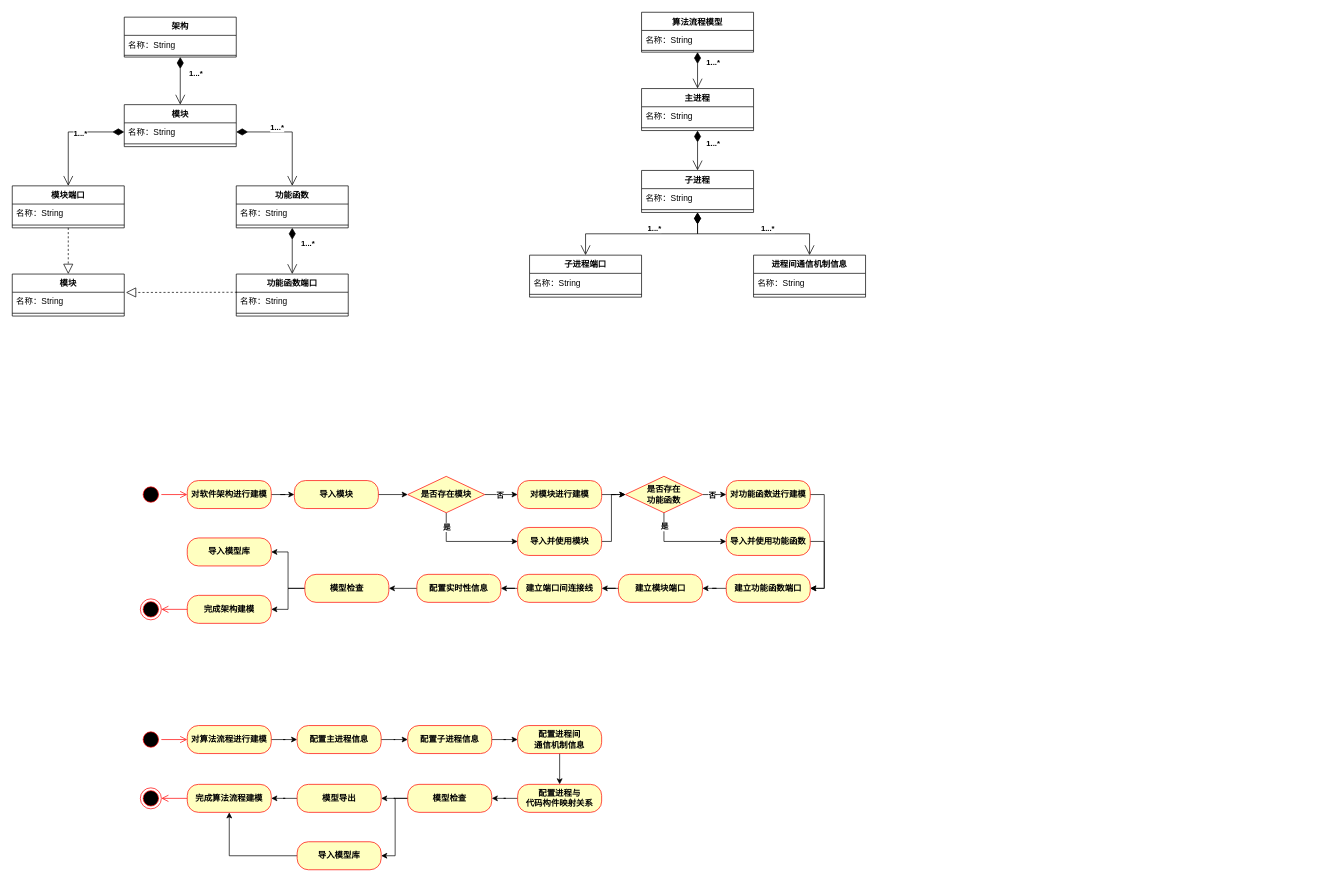
Earlier version of the draw.io diagram page "技术报告" (6 of 6) of Usage Instructions/安全攸关模版.drawio (Ayuan66/ArchTacRV-Software-Architectural-Tactics-Detector-and-Verifier). Source tidied: cells renumbered, new cells numbered last; positions are measured from the earlier drawing's top-left corner, leaving out a move shared by most shapes. Both pictures are drawn from the tidied source at 70%, with x=0, y=0 at pixel (12, 12).
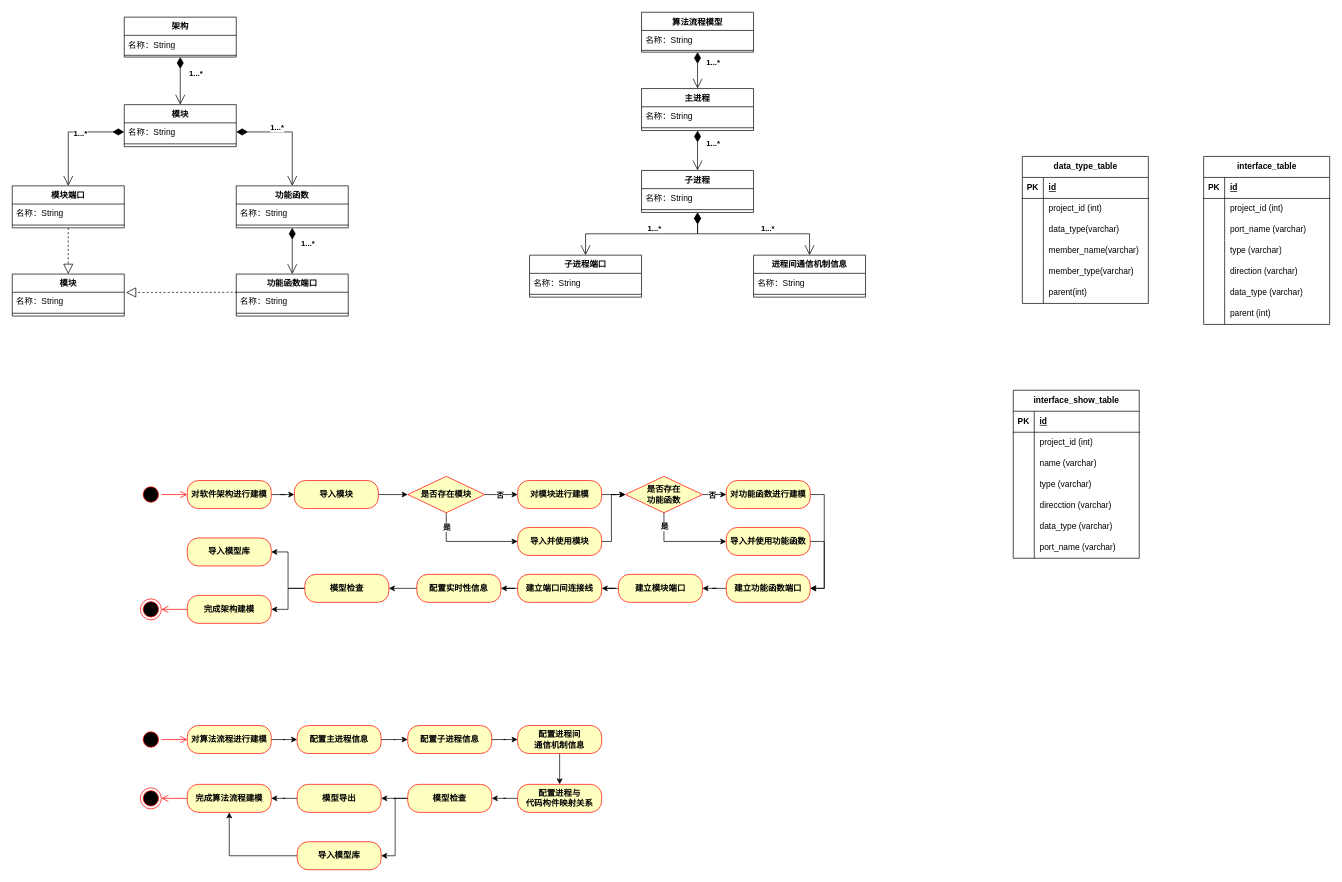
The same page after the edit.

Commit message:
更新安全攸关模版.drawio

The edit, as a diff of the source:
```diff
@@
+    <mxCell id="106" value="data_type_table" style="shape=table;startSize=30;childLayout=tableLayout;rowLines=0;fontStyle=1;align=center;html=1;" parent="1" vertex="1">
+      <mxGeometry x="1443" y="206" width="180" height="210" as="geometry" />
+    </mxCell>
+    <mxCell id="107" style="shape=tableRow;horizontal=0;startSize=0;swimlaneHead=0;swimlaneBody=0;fillColor=none;top=0;left=0;right=0;bottom=1;" parent="106" vertex="1">
+      <mxGeometry y="30" width="180" height="30" as="geometry" />
+    </mxCell>
+    <mxCell id="108" value="PK" style="shape=partialRectangle;fillColor=none;top=0;left=0;bottom=0;right=0;fontStyle=1;overflow=hidden;whiteSpace=wrap;html=1;" parent="107" vertex="1">
+      <mxGeometry width="30" height="30" as="geometry" />
+    </mxCell>
+    <mxCell id="109" value="id" style="shape=partialRectangle;fillColor=none;top=0;left=0;bottom=0;right=0;align=left;spacingLeft=6;fontStyle=5;overflow=hidden;whiteSpace=wrap;html=1;" parent="107" vertex="1">
+      <mxGeometry x="30" width="150" height="30" as="geometry" />
+    </mxCell>
+    <mxCell id="110" style="shape=tableRow;horizontal=0;startSize=0;swimlaneHead=0;swimlaneBody=0;fillColor=none;top=0;left=0;right=0;bottom=0;" parent="106" vertex="1">
+      <mxGeometry y="60" width="180" height="30" as="geometry" />
+    </mxCell>
+    <mxCell id="111" style="shape=partialRectangle;fillColor=none;top=0;left=0;bottom=0;right=0;overflow=hidden;whiteSpace=wrap;html=1;" parent="110" vertex="1">
+      <mxGeometry width="30" height="30" as="geometry" />
+    </mxCell>
+    <mxCell id="112" value="project_id (int)" style="shape=partialRectangle;fillColor=none;top=0;left=0;bottom=0;right=0;align=left;spacingLeft=6;overflow=hidden;whiteSpace=wrap;html=1;" parent="110" vertex="1">
+      <mxGeometry x="30" width="150" height="30" as="geometry" />
+    </mxCell>
+    <mxCell id="113" style="shape=tableRow;horizontal=0;startSize=0;swimlaneHead=0;swimlaneBody=0;fillColor=none;top=0;left=0;right=0;bottom=0;" parent="106" vertex="1">
+      <mxGeometry y="90" width="180" height="30" as="geometry" />
+    </mxCell>
+    <mxCell id="114" style="shape=partialRectangle;fillColor=none;top=0;left=0;bottom=0;right=0;overflow=hidden;whiteSpace=wrap;html=1;" parent="113" vertex="1">
+      <mxGeometry width="30" height="30" as="geometry" />
+    </mxCell>
+    <mxCell id="115" value="data_type(varchar)" style="shape=partialRectangle;fillColor=none;top=0;left=0;bottom=0;right=0;align=left;spacingLeft=6;overflow=hidden;whiteSpace=wrap;html=1;" parent="113" vertex="1">
+      <mxGeometry x="30" width="150" height="30" as="geometry" />
+    </mxCell>
+    <mxCell id="116" style="shape=tableRow;horizontal=0;startSize=0;swimlaneHead=0;swimlaneBody=0;fillColor=none;top=0;left=0;right=0;bottom=0;" parent="106" vertex="1">
+      <mxGeometry y="120" width="180" height="30" as="geometry" />
+    </mxCell>
+    <mxCell id="117" style="shape=partialRectangle;fillColor=none;top=0;left=0;bottom=0;right=0;overflow=hidden;whiteSpace=wrap;html=1;" parent="116" vertex="1">
+      <mxGeometry width="30" height="30" as="geometry" />
+    </mxCell>
+    <mxCell id="118" value="member_name(varchar)" style="shape=partialRectangle;fillColor=none;top=0;left=0;bottom=0;right=0;align=left;spacingLeft=6;overflow=hidden;whiteSpace=wrap;html=1;" parent="116" vertex="1">
+      <mxGeometry x="30" width="150" height="30" as="geometry" />
+    </mxCell>
+    <mxCell id="119" style="shape=tableRow;horizontal=0;startSize=0;swimlaneHead=0;swimlaneBody=0;fillColor=none;top=0;left=0;right=0;bottom=0;" parent="106" vertex="1">
+      <mxGeometry y="150" width="180" height="30" as="geometry" />
+    </mxCell>
+    <mxCell id="120" style="shape=partialRectangle;fillColor=none;top=0;left=0;bottom=0;right=0;overflow=hidden;whiteSpace=wrap;html=1;" parent="119" vertex="1">
+      <mxGeometry width="30" height="30" as="geometry" />
+    </mxCell>
+    <mxCell id="121" value="member_type(varchar)" style="shape=partialRectangle;fillColor=none;top=0;left=0;bottom=0;right=0;align=left;spacingLeft=6;overflow=hidden;whiteSpace=wrap;html=1;" parent="119" vertex="1">
+      <mxGeometry x="30" width="150" height="30" as="geometry" />
+    </mxCell>
+    <mxCell id="122" style="shape=tableRow;horizontal=0;startSize=0;swimlaneHead=0;swimlaneBody=0;fillColor=none;top=0;left=0;right=0;bottom=0;" parent="106" vertex="1">
+      <mxGeometry y="180" width="180" height="30" as="geometry" />
+    </mxCell>
+    <mxCell id="123" style="shape=partialRectangle;fillColor=none;top=0;left=0;bottom=0;right=0;overflow=hidden;whiteSpace=wrap;html=1;" parent="122" vertex="1">
+      <mxGeometry width="30" height="30" as="geometry" />
+    </mxCell>
+    <mxCell id="124" value="parent(int)" style="shape=partialRectangle;fillColor=none;top=0;left=0;bottom=0;right=0;align=left;spacingLeft=6;overflow=hidden;whiteSpace=wrap;html=1;" parent="122" vertex="1">
+      <mxGeometry x="30" width="150" height="30" as="geometry" />
+    </mxCell>
+    <mxCell id="125" value="interface_table" style="shape=table;startSize=30;childLayout=tableLayout;rowLines=0;fontStyle=1;align=center;html=1;" parent="1" vertex="1">
+      <mxGeometry x="1702" y="206" width="180" height="240" as="geometry" />
+    </mxCell>
+    <mxCell id="126" style="shape=tableRow;horizontal=0;startSize=0;swimlaneHead=0;swimlaneBody=0;fillColor=none;top=0;left=0;right=0;bottom=1;" parent="125" vertex="1">
+      <mxGeometry y="30" width="180" height="30" as="geometry" />
+    </mxCell>
+    <mxCell id="127" value="PK" style="shape=partialRectangle;fillColor=none;top=0;left=0;bottom=0;right=0;fontStyle=1;overflow=hidden;whiteSpace=wrap;html=1;" parent="126" vertex="1">
+      <mxGeometry width="30" height="30" as="geometry" />
+    </mxCell>
+    <mxCell id="128" value="id" style="shape=partialRectangle;fillColor=none;top=0;left=0;bottom=0;right=0;align=left;spacingLeft=6;fontStyle=5;overflow=hidden;whiteSpace=wrap;html=1;" parent="126" vertex="1">
+      <mxGeometry x="30" width="150" height="30" as="geometry" />
+    </mxCell>
+    <mxCell id="129" style="shape=tableRow;horizontal=0;startSize=0;swimlaneHead=0;swimlaneBody=0;fillColor=none;top=0;left=0;right=0;bottom=0;" parent="125" vertex="1">
+      <mxGeometry y="60" width="180" height="30" as="geometry" />
+    </mxCell>
+    <mxCell id="130" style="shape=partialRectangle;fillColor=none;top=0;left=0;bottom=0;right=0;overflow=hidden;whiteSpace=wrap;html=1;" parent="129" vertex="1">
+      <mxGeometry width="30" height="30" as="geometry" />
+    </mxCell>
+    <mxCell id="131" value="project_id (int)" style="shape=partialRectangle;fillColor=none;top=0;left=0;bottom=0;right=0;align=left;spacingLeft=6;overflow=hidden;whiteSpace=wrap;html=1;" parent="129" vertex="1">
+      <mxGeometry x="30" width="150" height="30" as="geometry" />
+    </mxCell>
+    <mxCell id="132" style="shape=tableRow;horizontal=0;startSize=0;swimlaneHead=0;swimlaneBody=0;fillColor=none;top=0;left=0;right=0;bottom=0;" parent="125" vertex="1">
+      <mxGeometry y="90" width="180" height="30" as="geometry" />
+    </mxCell>
+    <mxCell id="133" style="shape=partialRectangle;fillColor=none;top=0;left=0;bottom=0;right=0;overflow=hidden;whiteSpace=wrap;html=1;" parent="132" vertex="1">
+      <mxGeometry width="30" height="30" as="geometry" />
+    </mxCell>
+    <mxCell id="134" value="port_name (varchar)" style="shape=partialRectangle;fillColor=none;top=0;left=0;bottom=0;right=0;align=left;spacingLeft=6;overflow=hidden;whiteSpace=wrap;html=1;" parent="132" vertex="1">
+      <mxGeometry x="30" width="150" height="30" as="geometry" />
+    </mxCell>
+    <mxCell id="135" style="shape=tableRow;horizontal=0;startSize=0;swimlaneHead=0;swimlaneBody=0;fillColor=none;top=0;left=0;right=0;bottom=0;" parent="125" vertex="1">
+      <mxGeometry y="120" width="180" height="30" as="geometry" />
+    </mxCell>
+    <mxCell id="136" style="shape=partialRectangle;fillColor=none;top=0;left=0;bottom=0;right=0;overflow=hidden;whiteSpace=wrap;html=1;" parent="135" vertex="1">
+      <mxGeometry width="30" height="30" as="geometry" />
+    </mxCell>
+    <mxCell id="137" value="type (varchar)" style="shape=partialRectangle;fillColor=none;top=0;left=0;bottom=0;right=0;align=left;spacingLeft=6;overflow=hidden;whiteSpace=wrap;html=1;" parent="135" vertex="1">
+      <mxGeometry x="30" width="150" height="30" as="geometry" />
+    </mxCell>
+    <mxCell id="138" style="shape=tableRow;horizontal=0;startSize=0;swimlaneHead=0;swimlaneBody=0;fillColor=none;top=0;left=0;right=0;bottom=0;" parent="125" vertex="1">
+      <mxGeometry y="150" width="180" height="30" as="geometry" />
+    </mxCell>
+    <mxCell id="139" style="shape=partialRectangle;fillColor=none;top=0;left=0;bottom=0;right=0;overflow=hidden;whiteSpace=wrap;html=1;" parent="138" vertex="1">
+      <mxGeometry width="30" height="30" as="geometry" />
+    </mxCell>
+    <mxCell id="140" value="direction (varchar)" style="shape=partialRectangle;fillColor=none;top=0;left=0;bottom=0;right=0;align=left;spacingLeft=6;overflow=hidden;whiteSpace=wrap;html=1;" parent="138" vertex="1">
+      <mxGeometry x="30" width="150" height="30" as="geometry" />
+    </mxCell>
+    <mxCell id="141" style="shape=tableRow;horizontal=0;startSize=0;swimlaneHead=0;swimlaneBody=0;fillColor=none;top=0;left=0;right=0;bottom=0;" parent="125" vertex="1">
+      <mxGeometry y="180" width="180" height="30" as="geometry" />
+    </mxCell>
+    <mxCell id="142" style="shape=partialRectangle;fillColor=none;top=0;left=0;bottom=0;right=0;overflow=hidden;whiteSpace=wrap;html=1;" parent="141" vertex="1">
+      <mxGeometry width="30" height="30" as="geometry" />
+    </mxCell>
+    <mxCell id="143" value="data_type (varchar)" style="shape=partialRectangle;fillColor=none;top=0;left=0;bottom=0;right=0;align=left;spacingLeft=6;overflow=hidden;whiteSpace=wrap;html=1;" parent="141" vertex="1">
+      <mxGeometry x="30" width="150" height="30" as="geometry" />
+    </mxCell>
+    <mxCell id="144" style="shape=tableRow;horizontal=0;startSize=0;swimlaneHead=0;swimlaneBody=0;fillColor=none;top=0;left=0;right=0;bottom=0;" parent="125" vertex="1">
+      <mxGeometry y="210" width="180" height="30" as="geometry" />
+    </mxCell>
+    <mxCell id="145" style="shape=partialRectangle;fillColor=none;top=0;left=0;bottom=0;right=0;overflow=hidden;whiteSpace=wrap;html=1;" parent="144" vertex="1">
+      <mxGeometry width="30" height="30" as="geometry" />
+    </mxCell>
+    <mxCell id="146" value="parent (int)" style="shape=partialRectangle;fillColor=none;top=0;left=0;bottom=0;right=0;align=left;spacingLeft=6;overflow=hidden;whiteSpace=wrap;html=1;" parent="144" vertex="1">
+      <mxGeometry x="30" width="150" height="30" as="geometry" />
+    </mxCell>
+    <mxCell id="147" value="interface_show_table" style="shape=table;startSize=30;childLayout=tableLayout;rowLines=0;fontStyle=1;align=center;html=1;" parent="1" vertex="1">
+      <mxGeometry x="1430" y="540" width="180" height="240" as="geometry" />
+    </mxCell>
+    <mxCell id="148" style="shape=tableRow;horizontal=0;startSize=0;swimlaneHead=0;swimlaneBody=0;fillColor=none;top=0;left=0;right=0;bottom=1;" parent="147" vertex="1">
+      <mxGeometry y="30" width="180" height="30" as="geometry" />
+    </mxCell>
+    <mxCell id="149" value="PK" style="shape=partialRectangle;fillColor=none;top=0;left=0;bottom=0;right=0;fontStyle=1;overflow=hidden;whiteSpace=wrap;html=1;" parent="148" vertex="1">
+      <mxGeometry width="30" height="30" as="geometry" />
+    </mxCell>
+    <mxCell id="150" value="id" style="shape=partialRectangle;fillColor=none;top=0;left=0;bottom=0;right=0;align=left;spacingLeft=6;fontStyle=5;overflow=hidden;whiteSpace=wrap;html=1;" parent="148" vertex="1">
+      <mxGeometry x="30" width="150" height="30" as="geometry" />
+    </mxCell>
+    <mxCell id="151" style="shape=tableRow;horizontal=0;startSize=0;swimlaneHead=0;swimlaneBody=0;fillColor=none;top=0;left=0;right=0;bottom=0;" parent="147" vertex="1">
+      <mxGeometry y="60" width="180" height="30" as="geometry" />
+    </mxCell>
+    <mxCell id="152" style="shape=partialRectangle;fillColor=none;top=0;left=0;bottom=0;right=0;overflow=hidden;whiteSpace=wrap;html=1;" parent="151" vertex="1">
+      <mxGeometry width="30" height="30" as="geometry" />
+    </mxCell>
+    <mxCell id="153" value="project_id (int)" style="shape=partialRectangle;fillColor=none;top=0;left=0;bottom=0;right=0;align=left;spacingLeft=6;overflow=hidden;whiteSpace=wrap;html=1;" parent="151" vertex="1">
+      <mxGeometry x="30" width="150" height="30" as="geometry" />
+    </mxCell>
+    <mxCell id="154" style="shape=tableRow;horizontal=0;startSize=0;swimlaneHead=0;swimlaneBody=0;fillColor=none;top=0;left=0;right=0;bottom=0;" parent="147" vertex="1">
+      <mxGeometry y="90" width="180" height="30" as="geometry" />
+    </mxCell>
+    <mxCell id="155" style="shape=partialRectangle;fillColor=none;top=0;left=0;bottom=0;right=0;overflow=hidden;whiteSpace=wrap;html=1;" parent="154" vertex="1">
+      <mxGeometry width="30" height="30" as="geometry" />
+    </mxCell>
+    <mxCell id="156" value="name (varchar)" style="shape=partialRectangle;fillColor=none;top=0;left=0;bottom=0;right=0;align=left;spacingLeft=6;overflow=hidden;whiteSpace=wrap;html=1;" parent="154" vertex="1">
+      <mxGeometry x="30" width="150" height="30" as="geometry" />
+    </mxCell>
+    <mxCell id="157" style="shape=tableRow;horizontal=0;startSize=0;swimlaneHead=0;swimlaneBody=0;fillColor=none;top=0;left=0;right=0;bottom=0;" parent="147" vertex="1">
+      <mxGeometry y="120" width="180" height="30" as="geometry" />
+    </mxCell>
+    <mxCell id="158" style="shape=partialRectangle;fillColor=none;top=0;left=0;bottom=0;right=0;overflow=hidden;whiteSpace=wrap;html=1;" parent="157" vertex="1">
+      <mxGeometry width="30" height="30" as="geometry" />
+    </mxCell>
+    <mxCell id="159" value="type (varchar)" style="shape=partialRectangle;fillColor=none;top=0;left=0;bottom=0;right=0;align=left;spacingLeft=6;overflow=hidden;whiteSpace=wrap;html=1;" parent="157" vertex="1">
+      <mxGeometry x="30" width="150" height="30" as="geometry" />
+    </mxCell>
+    <mxCell id="160" style="shape=tableRow;horizontal=0;startSize=0;swimlaneHead=0;swimlaneBody=0;fillColor=none;top=0;left=0;right=0;bottom=0;" parent="147" vertex="1">
+      <mxGeometry y="150" width="180" height="30" as="geometry" />
+    </mxCell>
+    <mxCell id="161" style="shape=partialRectangle;fillColor=none;top=0;left=0;bottom=0;right=0;overflow=hidden;whiteSpace=wrap;html=1;" parent="160" vertex="1">
+      <mxGeometry width="30" height="30" as="geometry" />
+    </mxCell>
+    <mxCell id="162" value="direcction (varchar)" style="shape=partialRectangle;fillColor=none;top=0;left=0;bottom=0;right=0;align=left;spacingLeft=6;overflow=hidden;whiteSpace=wrap;html=1;" parent="160" vertex="1">
+      <mxGeometry x="30" width="150" height="30" as="geometry" />
+    </mxCell>
+    <mxCell id="163" style="shape=tableRow;horizontal=0;startSize=0;swimlaneHead=0;swimlaneBody=0;fillColor=none;top=0;left=0;right=0;bottom=0;" parent="147" vertex="1">
+      <mxGeometry y="180" width="180" height="30" as="geometry" />
+    </mxCell>
+    <mxCell id="164" style="shape=partialRectangle;fillColor=none;top=0;left=0;bottom=0;right=0;overflow=hidden;whiteSpace=wrap;html=1;" parent="163" vertex="1">
+      <mxGeometry width="30" height="30" as="geometry" />
+    </mxCell>
+    <mxCell id="165" value="data_type (varchar)" style="shape=partialRectangle;fillColor=none;top=0;left=0;bottom=0;right=0;align=left;spacingLeft=6;overflow=hidden;whiteSpace=wrap;html=1;" parent="163" vertex="1">
+      <mxGeometry x="30" width="150" height="30" as="geometry" />
+    </mxCell>
+    <mxCell id="166" style="shape=tableRow;horizontal=0;startSize=0;swimlaneHead=0;swimlaneBody=0;fillColor=none;top=0;left=0;right=0;bottom=0;" parent="147" vertex="1">
+      <mxGeometry y="210" width="180" height="30" as="geometry" />
+    </mxCell>
+    <mxCell id="167" style="shape=partialRectangle;fillColor=none;top=0;left=0;bottom=0;right=0;overflow=hidden;whiteSpace=wrap;html=1;" parent="166" vertex="1">
+      <mxGeometry width="30" height="30" as="geometry" />
+    </mxCell>
+    <mxCell id="168" value="port_name (varchar)" style="shape=partialRectangle;fillColor=none;top=0;left=0;bottom=0;right=0;align=left;spacingLeft=6;overflow=hidden;whiteSpace=wrap;html=1;" parent="166" vertex="1">
+      <mxGeometry x="30" width="150" height="30" as="geometry" />
+    </mxCell>
```
